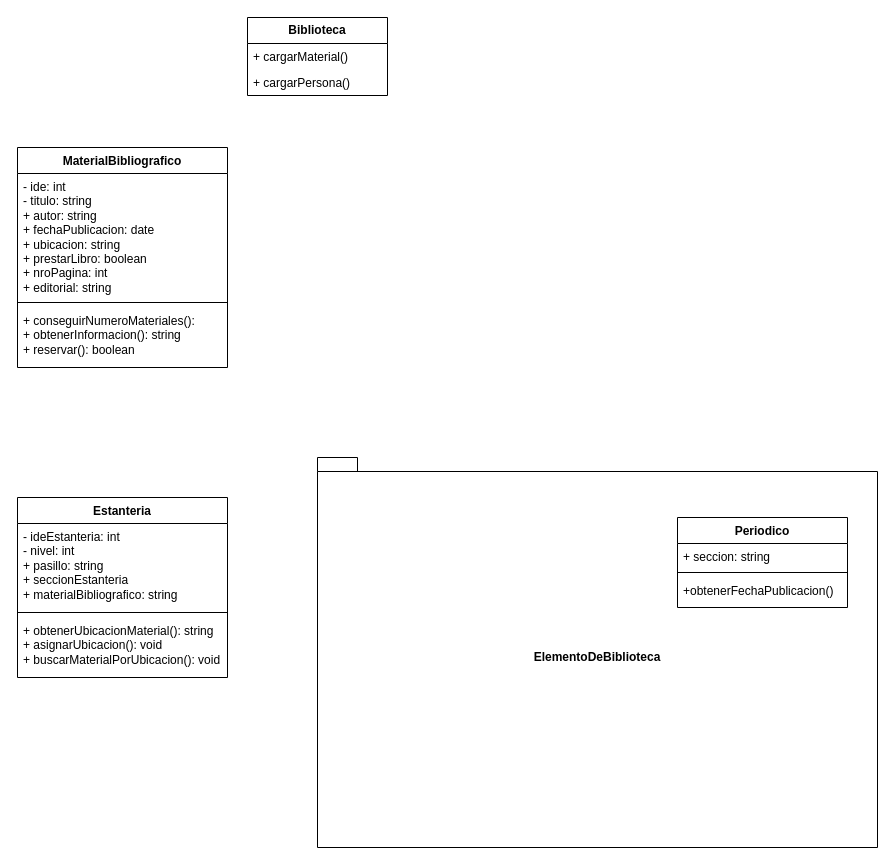
Earlier version of the draw.io diagram Biblioteca.drawio (ArianaSarango/Biblioteca). Source tidied: cells renumbered, new cells numbered last; positions are measured from the earlier drawing's top-left corner, leaving out a move shared by most shapes. Both pictures are drawn from the tidied source at 100%, with x=0, y=0 at pixel (17, 17).
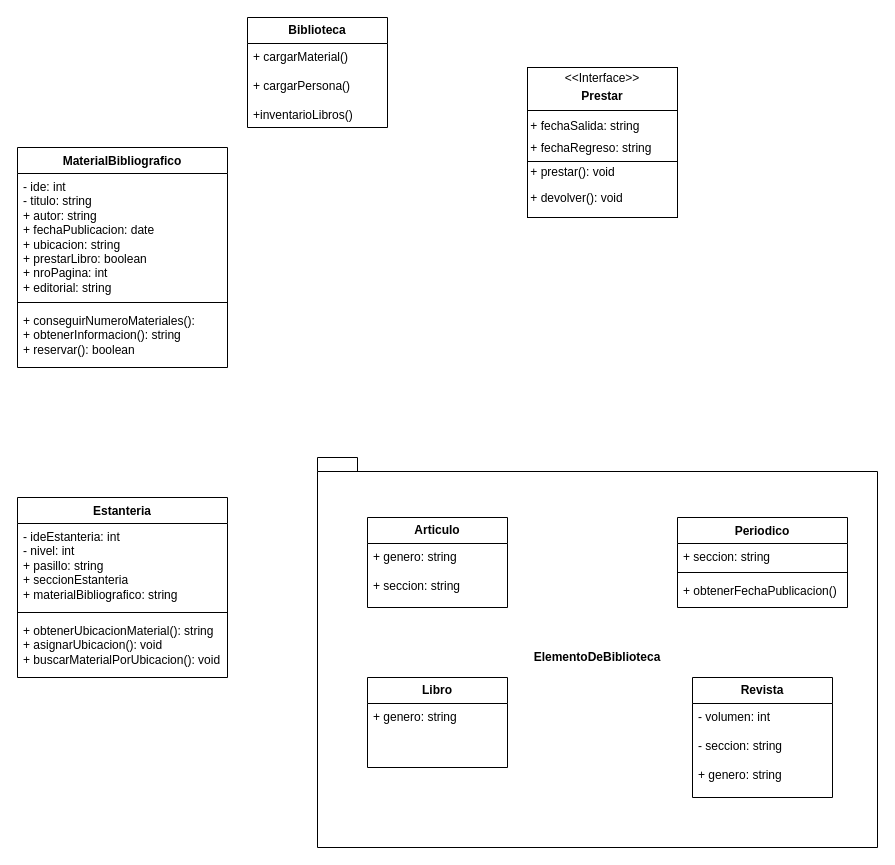
After the change.

Unchanged cells that the change refers to:
```xml
<mxCell id="14" value="Periodico" style="swimlane;fontStyle=1;align=center;verticalAlign=top;horizontal=1;startSize=26;whiteSpace=wrap;html=1;" parent="1" vertex="1">
  <mxGeometry x="660" y="500" width="170" height="90" as="geometry" />
</mxCell>
```

Diff of the diagram source:
```diff
@@
     <mxCell id="2" value="&lt;b&gt;Biblioteca&lt;/b&gt;" style="swimlane;fontStyle=0;horizontal=1;startSize=26;fillColor=none;whiteSpace=wrap;html=1;" parent="1" vertex="1">
-      <mxGeometry x="230" width="140" height="78" as="geometry" />
+      <mxGeometry x="230" width="140" height="110" as="geometry" />
     </mxCell>
-    <mxCell id="3" value="+ cargarMaterial()" style="text;strokeColor=none;fillColor=none;align=left;verticalAlign=top;spacingLeft=4;spacingRight=4;overflow=hidden;whiteSpace=wrap;html=1;" parent="2" vertex="1">
-      <mxGeometry y="26" width="140" height="26" as="geometry" />
-    </mxCell>
-    <mxCell id="4" value="+ cargarPersona()" style="text;strokeColor=none;fillColor=none;align=left;verticalAlign=top;spacingLeft=4;spacingRight=4;overflow=hidden;whiteSpace=wrap;html=1;" parent="2" vertex="1">
-      <mxGeometry y="52" width="140" height="26" as="geometry" />
+    <mxCell id="4" value="+ cargarMaterial()&lt;div&gt;&lt;br&gt;&lt;div&gt;+ cargarPersona()&lt;/div&gt;&lt;div&gt;&lt;br&gt;&lt;div&gt;+inventarioLibros()&lt;/div&gt;&lt;/div&gt;&lt;/div&gt;" style="text;strokeColor=none;fillColor=none;align=left;verticalAlign=top;spacingLeft=4;spacingRight=4;overflow=hidden;whiteSpace=wrap;html=1;" parent="2" vertex="1">
+      <mxGeometry y="26" width="140" height="84" as="geometry" />
     </mxCell>
@@
-    <mxCell id="17" value="+obtenerFechaPublicacion()" style="text;strokeColor=none;fillColor=none;align=left;verticalAlign=top;spacingLeft=4;spacingRight=4;overflow=hidden;whiteSpace=wrap;html=1;" parent="14" vertex="1">
+    <mxCell id="17" value="+ obtenerFechaPublicacion()" style="text;strokeColor=none;fillColor=none;align=left;verticalAlign=top;spacingLeft=4;spacingRight=4;overflow=hidden;whiteSpace=wrap;html=1;" parent="14" vertex="1">
       <mxGeometry y="60" width="170" height="30" as="geometry" />
     </mxCell>
+    <mxCell id="18" value="&lt;b&gt;Articulo&lt;/b&gt;" style="swimlane;fontStyle=0;horizontal=1;startSize=26;fillColor=none;whiteSpace=wrap;html=1;" parent="1" vertex="1">
+      <mxGeometry x="350" y="500" width="140" height="90" as="geometry" />
+    </mxCell>
+    <mxCell id="19" value="+ genero: string&lt;div&gt;&lt;br&gt;&lt;/div&gt;&lt;div&gt;+ seccion: string&lt;/div&gt;" style="text;strokeColor=none;fillColor=none;align=left;verticalAlign=top;spacingLeft=4;spacingRight=4;overflow=hidden;whiteSpace=wrap;html=1;" parent="18" vertex="1">
+      <mxGeometry y="26" width="140" height="64" as="geometry" />
+    </mxCell>
+    <mxCell id="20" value="&lt;b&gt;Libro&lt;/b&gt;" style="swimlane;fontStyle=0;horizontal=1;startSize=26;fillColor=none;whiteSpace=wrap;html=1;" parent="1" vertex="1">
+      <mxGeometry x="350" y="660" width="140" height="90" as="geometry" />
+    </mxCell>
+    <mxCell id="21" value="+ genero: string&lt;div&gt;&lt;br&gt;&lt;/div&gt;&lt;div&gt;&lt;br&gt;&lt;/div&gt;" style="text;strokeColor=none;fillColor=none;align=left;verticalAlign=top;spacingLeft=4;spacingRight=4;overflow=hidden;whiteSpace=wrap;html=1;" parent="20" vertex="1">
+      <mxGeometry y="26" width="140" height="64" as="geometry" />
+    </mxCell>
+    <mxCell id="22" value="&lt;b&gt;Revista&lt;/b&gt;" style="swimlane;fontStyle=0;horizontal=1;startSize=26;fillColor=none;whiteSpace=wrap;html=1;" parent="1" vertex="1">
+      <mxGeometry x="675" y="660" width="140" height="120" as="geometry" />
+    </mxCell>
+    <mxCell id="23" value="- volumen: int&lt;div&gt;&lt;br&gt;&lt;/div&gt;&lt;div&gt;- seccion: string&lt;/div&gt;&lt;div&gt;&lt;br&gt;&lt;/div&gt;&lt;div&gt;+ genero: string&lt;/div&gt;" style="text;strokeColor=none;fillColor=none;align=left;verticalAlign=top;spacingLeft=4;spacingRight=4;overflow=hidden;whiteSpace=wrap;html=1;" parent="22" vertex="1">
+      <mxGeometry y="26" width="140" height="94" as="geometry" />
+    </mxCell>
+    <mxCell id="24" value="&lt;p style=&quot;margin:0px;margin-top:4px;text-align:center;&quot;&gt;&amp;lt;&amp;lt;Interface&amp;gt;&amp;gt;&lt;/p&gt;&lt;p style=&quot;margin:0px;margin-top:4px;text-align:center;&quot;&gt;&lt;b&gt;Prestar&lt;/b&gt;&lt;/p&gt;&lt;hr size=&quot;1&quot; style=&quot;border-style:solid;&quot;&gt;&lt;div style=&quot;height:2px;&quot;&gt;&lt;br&gt;&lt;/div&gt;&lt;div style=&quot;height:2px;&quot;&gt;&amp;nbsp;+ fechaSalida: string&lt;/div&gt;&lt;div style=&quot;height:2px;&quot;&gt;&lt;br&gt;&lt;/div&gt;&lt;div style=&quot;height:2px;&quot;&gt;&lt;br&gt;&lt;/div&gt;&lt;div style=&quot;height:2px;&quot;&gt;&lt;br&gt;&lt;/div&gt;&lt;div style=&quot;height:2px;&quot;&gt;&lt;br&gt;&lt;/div&gt;&lt;div style=&quot;height:2px;&quot;&gt;&lt;br&gt;&lt;/div&gt;&lt;div style=&quot;height:2px;&quot;&gt;&lt;br&gt;&lt;/div&gt;&lt;div style=&quot;height:2px;&quot;&gt;&lt;br&gt;&lt;/div&gt;&lt;div style=&quot;height:2px;&quot;&gt;&lt;br&gt;&lt;/div&gt;&lt;div style=&quot;height:2px;&quot;&gt;&lt;br&gt;&lt;/div&gt;&lt;div style=&quot;height:2px;&quot;&gt;&lt;br&gt;&lt;/div&gt;&lt;div style=&quot;height:2px;&quot;&gt;&amp;nbsp;+ fechaRegreso: string&lt;/div&gt;&lt;div style=&quot;height:2px;&quot;&gt;&lt;br&gt;&lt;/div&gt;&lt;div style=&quot;height:2px;&quot;&gt;&lt;br&gt;&lt;/div&gt;&lt;div style=&quot;height:2px;&quot;&gt;&lt;br&gt;&lt;/div&gt;&lt;div style=&quot;height:2px;&quot;&gt;&lt;br&gt;&lt;/div&gt;&lt;div style=&quot;height:2px;&quot;&gt;&lt;br&gt;&lt;/div&gt;&lt;div style=&quot;height:2px;&quot;&gt;&lt;br&gt;&lt;/div&gt;&lt;div style=&quot;height:2px;&quot;&gt;&lt;br&gt;&lt;/div&gt;&lt;div style=&quot;height:2px;&quot;&gt;&lt;br&gt;&lt;/div&gt;&lt;div style=&quot;height:2px;&quot;&gt;&lt;br&gt;&lt;/div&gt;&lt;div style=&quot;height:2px;&quot;&gt;&lt;br&gt;&lt;/div&gt;&lt;div style=&quot;height:2px;&quot;&gt;&amp;nbsp;&lt;/div&gt;&lt;div style=&quot;height:2px;&quot;&gt;&amp;nbsp;+ prestar(): void&lt;/div&gt;&lt;div style=&quot;height:2px;&quot;&gt;&lt;br&gt;&lt;/div&gt;&lt;div style=&quot;height:2px;&quot;&gt;&lt;br&gt;&lt;/div&gt;&lt;div style=&quot;height:2px;&quot;&gt;&lt;br&gt;&lt;/div&gt;&lt;div style=&quot;height:2px;&quot;&gt;&lt;br&gt;&lt;/div&gt;&lt;div style=&quot;height:2px;&quot;&gt;&lt;br&gt;&lt;/div&gt;&lt;div style=&quot;height:2px;&quot;&gt;&lt;br&gt;&amp;nbsp;+ devolver(): void&lt;/div&gt;" style="verticalAlign=top;align=left;overflow=fill;html=1;whiteSpace=wrap;" parent="1" vertex="1">
+      <mxGeometry x="510" y="50" width="150" height="150" as="geometry" />
+    </mxCell>
+    <mxCell id="25" style="line;strokeWidth=1;fillColor=none;align=left;verticalAlign=middle;spacingTop=-1;spacingLeft=3;spacingRight=3;labelPosition=right;strokeColor=inherit;" parent="1" vertex="1">
+      <mxGeometry x="510" y="140" width="150" height="8" as="geometry" />
+    </mxCell>
```
